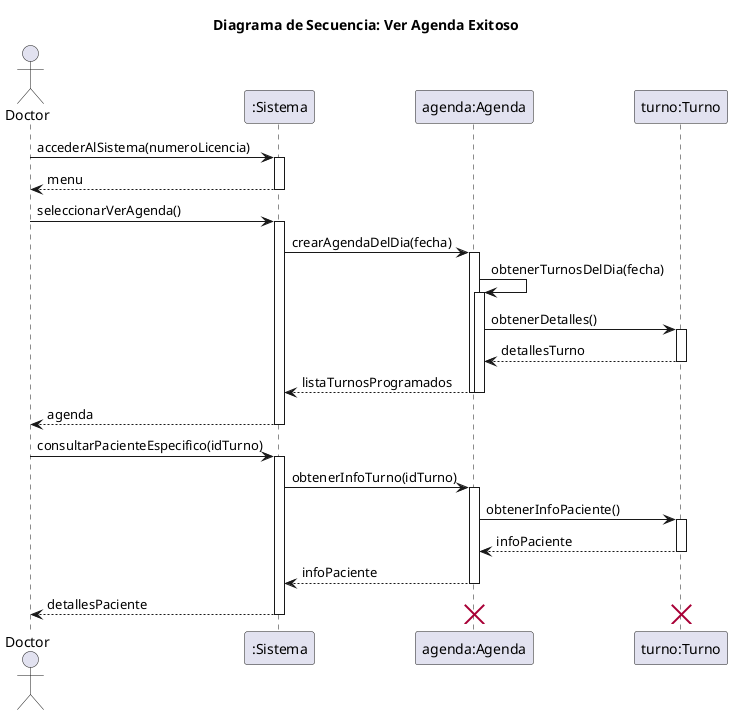
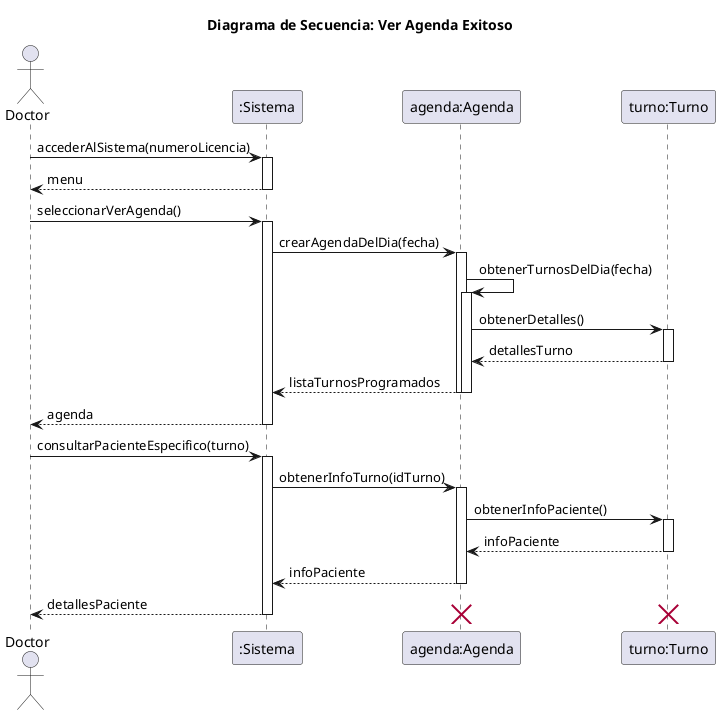
@startuml
title Diagrama de Secuencia: Ver Agenda Exitoso

actor Doctor
participant ":Sistema" as sistema
participant "agenda:Agenda" as agenda
participant "turno:Turno" as turno

Doctor -> sistema: accederAlSistema(numeroLicencia)
activate sistema
sistema --> Doctor: menu
deactivate sistema

Doctor -> sistema: seleccionarVerAgenda()
activate sistema
sistema -> agenda: crearAgendaDelDia(fecha)
activate agenda
agenda -> agenda: obtenerTurnosDelDia(fecha)
activate agenda
agenda -> turno: obtenerDetalles()
activate turno
turno --> agenda: detallesTurno
deactivate turno
agenda --> sistema: listaTurnosProgramados
deactivate agenda
deactivate agenda
sistema --> Doctor: agenda
deactivate sistema

- Doctor -> sistema: consultarPacienteEspecifico(idTurno)
+ Doctor -> sistema: consultarPacienteEspecifico(turno)
activate sistema
sistema -> agenda: obtenerInfoTurno(idTurno)
activate agenda
agenda -> turno: obtenerInfoPaciente()
activate turno
turno --> agenda: infoPaciente
deactivate turno
agenda --> sistema: infoPaciente
deactivate agenda
sistema --> Doctor: detallesPaciente
deactivate sistema

destroy turno
destroy agenda
@enduml